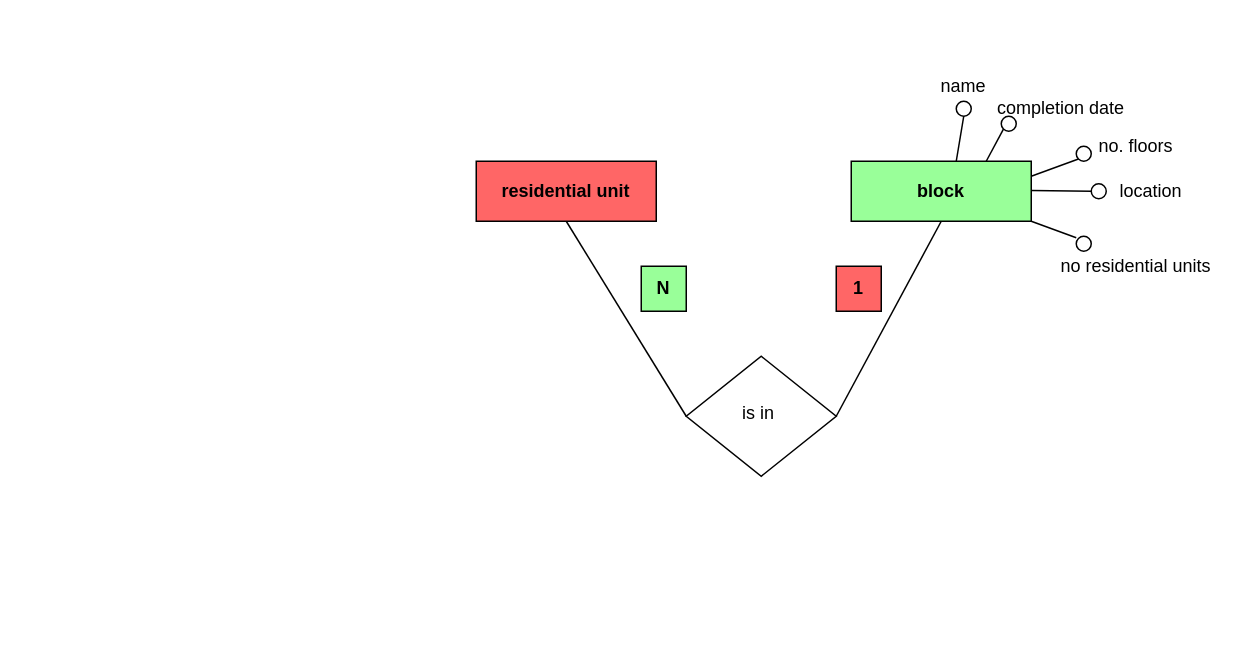
Above: Untitled Diagram.drawio in aarzt21/python (draw.io), before the change. Source tidied: cells renumbered, new cells numbered last; positions are measured from the earlier drawing's top-left corner, leaving out a move shared by most shapes. Both pictures are drawn from the tidied source at 150%, with x=0, y=0 at pixel (476, 70).
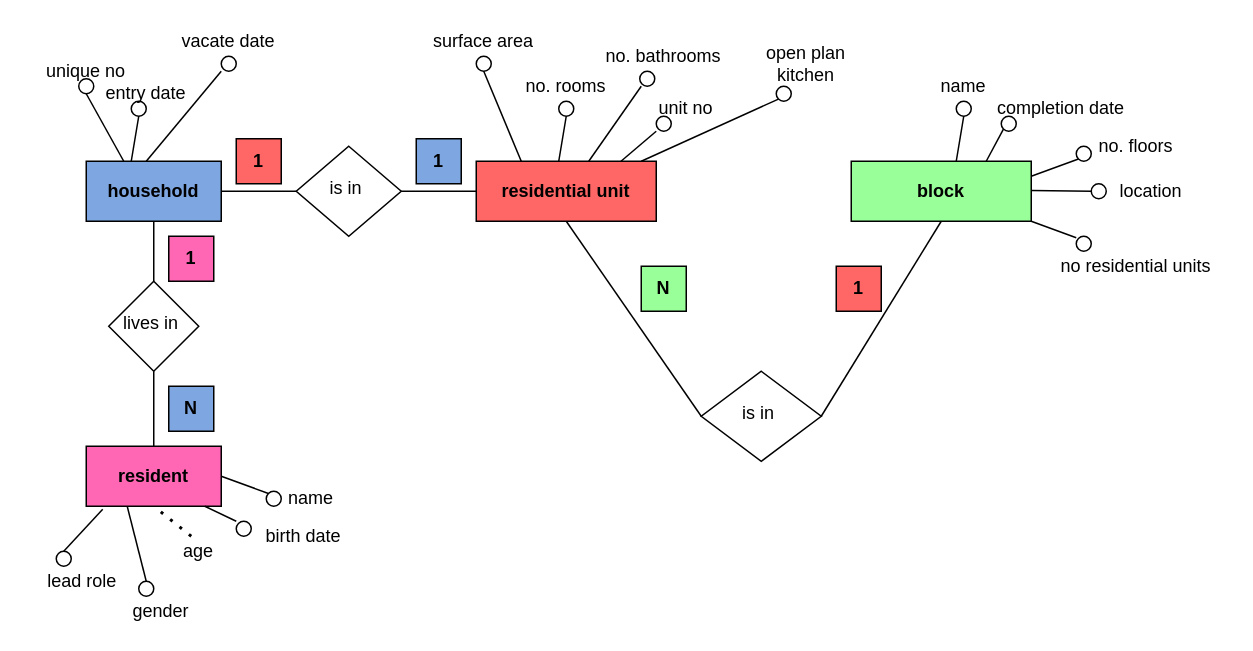
The same page after the edit.

The change refers to these unchanged cells:
```xml
<mxCell id="5" value="&lt;b&gt;residential unit&lt;/b&gt;" style="rounded=0;whiteSpace=wrap;html=1;fillColor=#FF6666;gradientColor=none;" parent="1" vertex="1">
  <mxGeometry y="60" width="120" height="40" as="geometry" />
</mxCell>
```

Diff of the diagram source:
```diff
@@
     <mxCell id="2" value="is in&amp;nbsp;" style="rhombus;whiteSpace=wrap;html=1;shadow=0;fontFamily=Helvetica;fontSize=12;align=center;strokeWidth=1;spacing=6;spacingTop=-4;" parent="1" vertex="1">
-      <mxGeometry x="140" y="190" width="100" height="80" as="geometry" />
+      <mxGeometry x="150" y="200" width="80" height="60" as="geometry" />
     </mxCell>
-    <mxCell id="3" style="endArrow=none;html=1;entryX=0.5;entryY=1;entryDx=0;entryDy=0;" parent="1" edge="1">
+    <mxCell id="3" style="endArrow=none;html=1;entryX=0.5;entryY=1;entryDx=0;entryDy=0;exitX=1;exitY=0.5;exitDx=0;exitDy=0;" parent="1" edge="1" source="2">
       <mxGeometry relative="1" as="geometry">
-        <mxPoint x="240" y="230" as="sourcePoint" />
         <mxPoint x="310" y="100" as="targetPoint" />
       </mxGeometry>
     </mxCell>
@@
+    <mxCell id="24" value="is in&amp;nbsp;" style="rhombus;whiteSpace=wrap;html=1;shadow=0;fontFamily=Helvetica;fontSize=12;align=center;strokeWidth=1;spacing=6;spacingTop=-4;" parent="1" vertex="1">
+      <mxGeometry x="-120" y="50" width="70" height="60" as="geometry" />
+    </mxCell>
+    <mxCell id="25" style="endArrow=none;html=1;entryX=1;entryY=0.5;entryDx=0;entryDy=0;exitX=0;exitY=0.5;exitDx=0;exitDy=0;" parent="1" edge="1" source="5" target="24">
+      <mxGeometry relative="1" as="geometry" />
+    </mxCell>
+    <mxCell id="26" style="endArrow=none;html=1;exitX=0;exitY=0.5;exitDx=0;exitDy=0;" parent="1" edge="1" source="24">
+      <mxGeometry relative="1" as="geometry">
+        <mxPoint x="-170" y="80" as="targetPoint" />
+      </mxGeometry>
+    </mxCell>
+    <mxCell id="27" value="&lt;b&gt;household&lt;/b&gt;" style="rounded=0;whiteSpace=wrap;html=1;gradientColor=none;fillColor=#7EA6E0;" parent="1" vertex="1">
+      <mxGeometry x="-260" y="60" width="90" height="40" as="geometry" />
+    </mxCell>
+    <mxCell id="28" style="ellipse;whiteSpace=wrap;html=1;fillColor=none;gradientColor=none;" parent="1" vertex="1">
+      <mxGeometry x="55" y="20" width="10" height="10" as="geometry" />
+    </mxCell>
+    <mxCell id="29" style="endArrow=none;html=1;entryX=0.5;entryY=1;entryDx=0;entryDy=0;" parent="1" edge="1" target="28">
+      <mxGeometry relative="1" as="geometry">
+        <mxPoint x="55" y="60" as="sourcePoint" />
+      </mxGeometry>
+    </mxCell>
+    <mxCell id="30" value="no. rooms" style="text;html=1;strokeColor=none;fillColor=none;align=center;verticalAlign=middle;whiteSpace=wrap;rounded=0;" parent="1" vertex="1">
+      <mxGeometry x="20" width="80" height="20" as="geometry" />
+    </mxCell>
+    <mxCell id="31" style="endArrow=none;html=1;" parent="1" edge="1">
+      <mxGeometry relative="1" as="geometry">
+        <mxPoint x="75" y="60" as="sourcePoint" />
+        <mxPoint x="110" y="10" as="targetPoint" />
+      </mxGeometry>
+    </mxCell>
+    <mxCell id="32" style="ellipse;whiteSpace=wrap;html=1;fillColor=none;gradientColor=none;" parent="1" vertex="1">
+      <mxGeometry x="109" width="10" height="10" as="geometry" />
+    </mxCell>
+    <mxCell id="33" value="no. bathrooms" style="text;html=1;strokeColor=none;fillColor=none;align=center;verticalAlign=middle;whiteSpace=wrap;rounded=0;" parent="1" vertex="1">
+      <mxGeometry x="85" y="-20" width="80" height="20" as="geometry" />
+    </mxCell>
+    <mxCell id="34" style="endArrow=none;html=1;exitX=0.25;exitY=0;exitDx=0;exitDy=0;entryX=0.5;entryY=1;entryDx=0;entryDy=0;" parent="1" edge="1" source="5" target="35">
+      <mxGeometry relative="1" as="geometry" />
+    </mxCell>
+    <mxCell id="35" style="ellipse;whiteSpace=wrap;html=1;fillColor=none;gradientColor=none;" parent="1" vertex="1">
+      <mxGeometry y="-10" width="10" height="10" as="geometry" />
+    </mxCell>
+    <mxCell id="36" value="surface area" style="text;html=1;strokeColor=none;fillColor=none;align=center;verticalAlign=middle;whiteSpace=wrap;rounded=0;" parent="1" vertex="1">
+      <mxGeometry x="-35" y="-30" width="80" height="20" as="geometry" />
+    </mxCell>
+    <mxCell id="37" style="endArrow=none;html=1;" parent="1" edge="1">
+      <mxGeometry relative="1" as="geometry">
+        <mxPoint x="96.5" y="60" as="sourcePoint" />
+        <mxPoint x="120" y="40" as="targetPoint" />
+      </mxGeometry>
+    </mxCell>
+    <mxCell id="38" style="ellipse;whiteSpace=wrap;html=1;fillColor=none;gradientColor=none;" parent="1" vertex="1">
+      <mxGeometry x="120" y="30" width="10" height="10" as="geometry" />
+    </mxCell>
+    <mxCell id="39" value="unit no" style="text;html=1;strokeColor=none;fillColor=none;align=center;verticalAlign=middle;whiteSpace=wrap;rounded=0;" parent="1" vertex="1">
+      <mxGeometry x="100" y="15" width="80" height="20" as="geometry" />
+    </mxCell>
+    <mxCell id="40" style="endArrow=none;html=1;entryX=0;entryY=1;entryDx=0;entryDy=0;" parent="1" edge="1" target="41">
+      <mxGeometry relative="1" as="geometry">
+        <mxPoint x="110" y="60" as="sourcePoint" />
+      </mxGeometry>
+    </mxCell>
+    <mxCell id="41" style="ellipse;whiteSpace=wrap;html=1;fillColor=none;gradientColor=none;" parent="1" vertex="1">
+      <mxGeometry x="200" y="10" width="10" height="10" as="geometry" />
+    </mxCell>
+    <mxCell id="42" value="open plan kitchen" style="text;html=1;strokeColor=none;fillColor=none;align=center;verticalAlign=middle;whiteSpace=wrap;rounded=0;" parent="1" vertex="1">
+      <mxGeometry x="180" y="-15" width="80" height="20" as="geometry" />
+    </mxCell>
+    <mxCell id="43" value="&lt;b&gt;1&lt;/b&gt;" style="rounded=0;whiteSpace=wrap;html=1;fillColor=#FF6666;gradientColor=none;" parent="1" vertex="1">
+      <mxGeometry x="-160" y="45" width="30" height="30" as="geometry" />
+    </mxCell>
+    <mxCell id="44" value="&lt;b&gt;1&lt;/b&gt;" style="rounded=0;whiteSpace=wrap;html=1;gradientColor=none;fillColor=#7EA6E0;" parent="1" vertex="1">
+      <mxGeometry x="-40" y="45" width="30" height="30" as="geometry" />
+    </mxCell>
+    <mxCell id="45" style="endArrow=none;html=1;exitX=0.25;exitY=0;exitDx=0;exitDy=0;entryX=0.5;entryY=1;entryDx=0;entryDy=0;" parent="1" edge="1" target="46">
+      <mxGeometry relative="1" as="geometry">
+        <mxPoint x="-235" y="60" as="sourcePoint" />
+      </mxGeometry>
+    </mxCell>
+    <mxCell id="46" style="ellipse;whiteSpace=wrap;html=1;fillColor=none;gradientColor=none;" parent="1" vertex="1">
+      <mxGeometry x="-265" y="5" width="10" height="10" as="geometry" />
+    </mxCell>
+    <mxCell id="47" value="unique no" style="text;html=1;strokeColor=none;fillColor=none;align=center;verticalAlign=middle;whiteSpace=wrap;rounded=0;" parent="1" vertex="1">
+      <mxGeometry x="-300" y="-10" width="80" height="20" as="geometry" />
+    </mxCell>
+    <mxCell id="48" style="endArrow=none;html=1;entryX=0.5;entryY=1;entryDx=0;entryDy=0;" parent="1" edge="1" target="49">
+      <mxGeometry relative="1" as="geometry">
+        <mxPoint x="-230" y="60" as="sourcePoint" />
+      </mxGeometry>
+    </mxCell>
+    <mxCell id="49" style="ellipse;whiteSpace=wrap;html=1;fillColor=none;gradientColor=none;" parent="1" vertex="1">
+      <mxGeometry x="-230" y="20" width="10" height="10" as="geometry" />
+    </mxCell>
+    <mxCell id="50" value="entry date" style="text;html=1;strokeColor=none;fillColor=none;align=center;verticalAlign=middle;whiteSpace=wrap;rounded=0;" parent="1" vertex="1">
+      <mxGeometry x="-260" y="5" width="80" height="20" as="geometry" />
+    </mxCell>
+    <mxCell id="51" style="endArrow=none;html=1;" parent="1" edge="1">
+      <mxGeometry relative="1" as="geometry">
+        <mxPoint x="-220" y="60" as="sourcePoint" />
+        <mxPoint x="-170" as="targetPoint" />
+      </mxGeometry>
+    </mxCell>
+    <mxCell id="52" style="ellipse;whiteSpace=wrap;html=1;gradientColor=none;fillColor=none;" parent="1" vertex="1">
+      <mxGeometry x="-170" y="-10" width="10" height="10" as="geometry" />
+    </mxCell>
+    <mxCell id="53" value="vacate date" style="text;html=1;strokeColor=none;fillColor=none;align=center;verticalAlign=middle;whiteSpace=wrap;rounded=0;" parent="1" vertex="1">
+      <mxGeometry x="-205" y="-30" width="80" height="20" as="geometry" />
+    </mxCell>
+    <mxCell id="54" value="&lt;b&gt;resident&lt;/b&gt;" style="rounded=0;whiteSpace=wrap;html=1;gradientColor=none;fillColor=#FF66B3;" parent="1" vertex="1">
+      <mxGeometry x="-260" y="250" width="90" height="40" as="geometry" />
+    </mxCell>
+    <mxCell id="55" value="lives in&amp;nbsp;" style="rhombus;whiteSpace=wrap;html=1;shadow=0;fontFamily=Helvetica;fontSize=12;align=center;strokeWidth=1;spacing=6;spacingTop=-4;" parent="1" vertex="1">
+      <mxGeometry x="-245" y="140" width="60" height="60" as="geometry" />
+    </mxCell>
+    <mxCell id="56" style="endArrow=none;html=1;entryX=0.5;entryY=1;entryDx=0;entryDy=0;exitX=0.5;exitY=0;exitDx=0;exitDy=0;" parent="1" edge="1" source="54" target="55">
+      <mxGeometry relative="1" as="geometry" />
+    </mxCell>
+    <mxCell id="57" style="endArrow=none;html=1;entryX=0.5;entryY=1;entryDx=0;entryDy=0;exitX=0.5;exitY=0;exitDx=0;exitDy=0;" parent="1" edge="1" source="55" target="27">
+      <mxGeometry relative="1" as="geometry" />
+    </mxCell>
+    <mxCell id="58" value="&lt;b&gt;1&lt;/b&gt;" style="rounded=0;whiteSpace=wrap;html=1;gradientColor=none;fillColor=#FF66B3;" parent="1" vertex="1">
+      <mxGeometry x="-205" y="110" width="30" height="30" as="geometry" />
+    </mxCell>
+    <mxCell id="59" value="&lt;b&gt;N&lt;/b&gt;" style="rounded=0;whiteSpace=wrap;html=1;gradientColor=none;fillColor=#7EA6E0;" parent="1" vertex="1">
+      <mxGeometry x="-205" y="210" width="30" height="30" as="geometry" />
+    </mxCell>
+    <mxCell id="60" style="endArrow=none;html=1;entryX=1;entryY=0.5;entryDx=0;entryDy=0;exitX=0;exitY=0;exitDx=0;exitDy=0;" parent="1" edge="1" source="62" target="54">
+      <mxGeometry relative="1" as="geometry" />
+    </mxCell>
+    <mxCell id="61" style="endArrow=none;html=1;entryX=0.878;entryY=1;entryDx=0;entryDy=0;entryPerimeter=0;" parent="1" edge="1" target="54">
+      <mxGeometry relative="1" as="geometry">
+        <mxPoint x="-160" y="300" as="sourcePoint" />
+      </mxGeometry>
+    </mxCell>
+    <mxCell id="62" style="ellipse;whiteSpace=wrap;html=1;fillColor=none;gradientColor=none;" parent="1" vertex="1">
+      <mxGeometry x="-140" y="280" width="10" height="10" as="geometry" />
+    </mxCell>
+    <mxCell id="63" value="name" style="text;html=1;strokeColor=none;fillColor=none;align=center;verticalAlign=middle;whiteSpace=wrap;rounded=0;" parent="1" vertex="1">
+      <mxGeometry x="-130" y="275" width="40" height="20" as="geometry" />
+    </mxCell>
+    <mxCell id="64" style="ellipse;whiteSpace=wrap;html=1;fillColor=none;gradientColor=none;" parent="1" vertex="1">
+      <mxGeometry x="-160" y="300" width="10" height="10" as="geometry" />
+    </mxCell>
+    <mxCell id="65" value="birth date" style="text;html=1;strokeColor=none;fillColor=none;align=center;verticalAlign=middle;whiteSpace=wrap;rounded=0;" parent="1" vertex="1">
+      <mxGeometry x="-150" y="300" width="70" height="20" as="geometry" />
+    </mxCell>
+    <mxCell id="66" style="endArrow=none;dashed=1;html=1;dashPattern=1 3;strokeWidth=2;entryX=0.5;entryY=1;entryDx=0;entryDy=0;" parent="1" edge="1" target="54">
+      <mxGeometry relative="1" as="geometry">
+        <mxPoint x="-190" y="310" as="sourcePoint" />
+      </mxGeometry>
+    </mxCell>
+    <mxCell id="67" value="age" style="text;html=1;strokeColor=none;fillColor=none;align=center;verticalAlign=middle;whiteSpace=wrap;rounded=0;" parent="1" vertex="1">
+      <mxGeometry x="-220" y="310" width="70" height="20" as="geometry" />
+    </mxCell>
+    <mxCell id="68" style="endArrow=none;html=1;entryX=0.367;entryY=1.05;entryDx=0;entryDy=0;entryPerimeter=0;exitX=0.5;exitY=0;exitDx=0;exitDy=0;" parent="1" edge="1" source="70">
+      <mxGeometry relative="1" as="geometry">
+        <mxPoint x="-232.7" y="290" as="targetPoint" />
+      </mxGeometry>
+    </mxCell>
+    <mxCell id="69" value="gender" style="text;html=1;strokeColor=none;fillColor=none;align=center;verticalAlign=middle;whiteSpace=wrap;rounded=0;" parent="1" vertex="1">
+      <mxGeometry x="-230" y="350" width="40" height="20" as="geometry" />
+    </mxCell>
+    <mxCell id="70" style="ellipse;whiteSpace=wrap;html=1;fillColor=none;gradientColor=none;" parent="1" vertex="1">
+      <mxGeometry x="-225" y="340" width="10" height="10" as="geometry" />
+    </mxCell>
+    <mxCell id="71" value="lead role" style="text;html=1;strokeColor=none;fillColor=none;align=center;verticalAlign=middle;whiteSpace=wrap;rounded=0;" parent="1" vertex="1">
+      <mxGeometry x="-290" y="330" width="55" height="20" as="geometry" />
+    </mxCell>
+    <mxCell id="72" style="ellipse;whiteSpace=wrap;html=1;fillColor=none;gradientColor=none;" parent="1" vertex="1">
+      <mxGeometry x="-280" y="320" width="10" height="10" as="geometry" />
+    </mxCell>
+    <mxCell id="73" style="endArrow=none;html=1;entryX=0.122;entryY=1.05;entryDx=0;entryDy=0;entryPerimeter=0;" parent="1" edge="1" target="54">
+      <mxGeometry relative="1" as="geometry">
+        <mxPoint x="-275" y="320" as="sourcePoint" />
+      </mxGeometry>
+    </mxCell>
```
